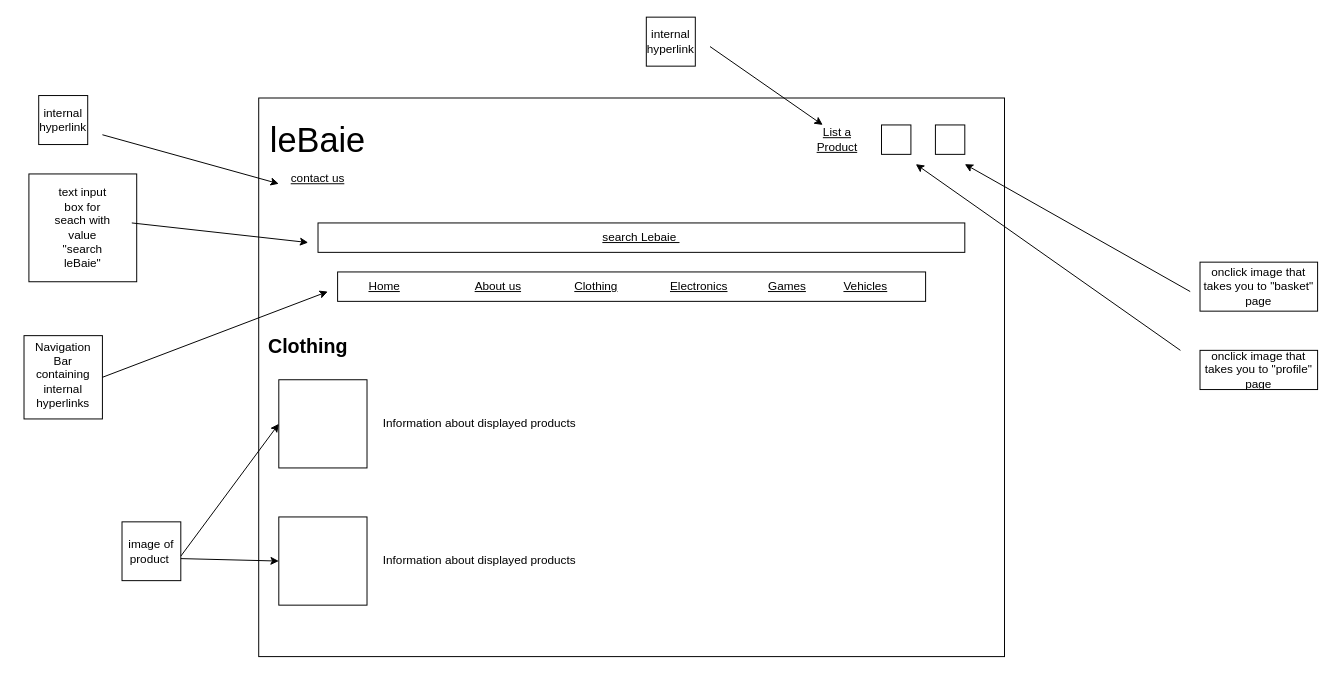
Before: Design - Wireframes/clothingFrame.drawio in LordLoganM/AH-Computing-Project---LeBaie, a draw.io diagram. Source tidied: cells renumbered, new cells numbered last; positions are measured from the earlier drawing's top-left corner, leaving out a move shared by most shapes. Both pictures are drawn from the tidied source at 98%, with x=0, y=0 at pixel (24, 17).
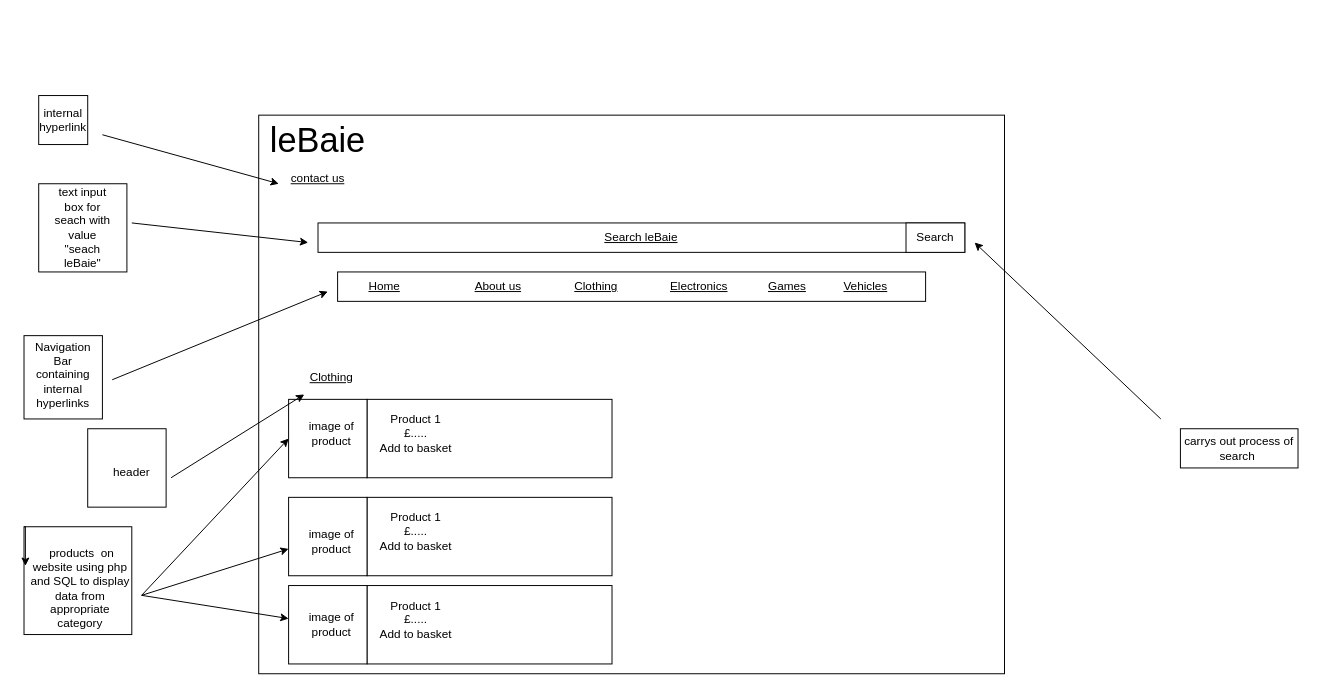
Above is the later version.

Diff of the diagram source:
```diff
@@
-    <mxCell id="2" style="rounded=0;whiteSpace=wrap;html=1;fillColor=none;" parent="1" vertex="1">
-      <mxGeometry x="320" y="260" width="600" height="30" as="geometry" />
-    </mxCell>
-    <mxCell id="3" style="rounded=0;whiteSpace=wrap;html=1;fillColor=none;fontStyle=4;" parent="1" vertex="1">
-      <mxGeometry x="239.5" y="82.5" width="761" height="570" as="geometry" />
-    </mxCell>
-    <mxCell id="4" value="search Lebaie&amp;nbsp;" style="rounded=0;whiteSpace=wrap;html=1;fontStyle=4;" parent="1" vertex="1">
-      <mxGeometry x="300" y="210" width="660" height="30" as="geometry" />
-    </mxCell>
+    <mxCell id="41" style="rounded=0;whiteSpace=wrap;html=1;fillColor=none;fontStyle=4;" parent="1" vertex="1">
+      <mxGeometry x="239.5" y="100" width="761" height="570" as="geometry" />
+    </mxCell>
+    <mxCell id="42" style="rounded=0;whiteSpace=wrap;html=1;" parent="1" vertex="1">
+      <mxGeometry x="350" y="390" width="250" height="80" as="geometry" />
+    </mxCell>
+    <mxCell id="43" style="rounded=0;whiteSpace=wrap;html=1;fillColor=none;" parent="1" vertex="1">
+      <mxGeometry y="325" width="80" height="85" as="geometry" />
+    </mxCell>
+    <mxCell id="44" style="whiteSpace=wrap;html=1;fillColor=none;" parent="1" vertex="1">
+      <mxGeometry y="520" width="110" height="110" as="geometry" />
+    </mxCell>
+    <mxCell id="45" style="rounded=0;whiteSpace=wrap;html=1;fillColor=none;" parent="1" vertex="1">
+      <mxGeometry x="320" y="260" width="600" height="30" as="geometry" />
+    </mxCell>
+    <mxCell id="46" style="whiteSpace=wrap;html=1;fillColor=none;" parent="1" vertex="1">
+      <mxGeometry x="15" y="80" width="50" height="50" as="geometry" />
+    </mxCell>
+    <mxCell id="47" style="whiteSpace=wrap;html=1;fillColor=none;" parent="1" vertex="1">
+      <mxGeometry x="15" y="170" width="90" height="90" as="geometry" />
+    </mxCell>
+    <mxCell id="48" style="endArrow=none;html=1;rounded=0;" parent="1" edge="1">
+      <mxGeometry relative="1" as="geometry">
+        <mxPoint x="370" y="605" as="sourcePoint" />
+        <mxPoint x="370" y="605" as="targetPoint" />
+      </mxGeometry>
+    </mxCell>
+    <mxCell id="49" value="Search leBaie" style="rounded=0;whiteSpace=wrap;html=1;fontStyle=4;" parent="1" vertex="1">
+      <mxGeometry x="300" y="210" width="660" height="30" as="geometry" />
+    </mxCell>
+    <mxCell id="12" value="&lt;font style=&quot;font-size: 35px;&quot;&gt;leBaie&lt;/font&gt;" style="text;html=1;strokeColor=none;fillColor=none;align=center;verticalAlign=middle;whiteSpace=wrap;rounded=0;fontStyle=0;" parent="1" vertex="1">
+      <mxGeometry x="270" y="120" width="60" height="10" as="geometry" />
+    </mxCell>
@@
-    <mxCell id="12" value="&lt;span style=&quot;font-size: 35px;&quot;&gt;leBaie&lt;/span&gt;" style="text;html=1;strokeColor=none;fillColor=none;align=center;verticalAlign=middle;whiteSpace=wrap;rounded=0;fontStyle=0;" parent="1" vertex="1">
-      <mxGeometry x="270" y="120" width="60" height="10" as="geometry" />
-    </mxCell>
-    <mxCell id="13" value="&lt;font style=&quot;font-size: 20px;&quot;&gt;&lt;b&gt;Clothing&lt;/b&gt;&lt;/font&gt;" style="text;html=1;strokeColor=none;fillColor=none;align=center;verticalAlign=middle;whiteSpace=wrap;rounded=0;" parent="1" vertex="1">
-      <mxGeometry x="260" y="320" width="60" height="30" as="geometry" />
+    <mxCell id="13" value="&lt;u&gt;Clothing&lt;/u&gt;" style="text;html=1;strokeColor=none;fillColor=none;align=center;verticalAlign=middle;whiteSpace=wrap;rounded=0;" parent="1" vertex="1">
+      <mxGeometry x="174" y="350" width="280" height="35" as="geometry" />
     </mxCell>
-    <mxCell id="14" style="whiteSpace=wrap;html=1;" parent="1" vertex="1">
-      <mxGeometry x="875" y="110" width="30" height="30" as="geometry" />
-    </mxCell>
-    <mxCell id="15" style="whiteSpace=wrap;html=1;" parent="1" vertex="1">
-      <mxGeometry x="930" y="110" width="30" height="30" as="geometry" />
-    </mxCell>
-    <mxCell id="16" style="endArrow=classic;html=1;rounded=0;" parent="1" edge="1">
-      <mxGeometry relative="1" as="geometry">
-        <mxPoint x="1180" y="340" as="sourcePoint" />
-        <mxPoint x="910" y="150" as="targetPoint" />
-      </mxGeometry>
-    </mxCell>
-    <mxCell id="17" value="onclick image that takes you to &quot;profile&quot; page" style="rounded=0;whiteSpace=wrap;html=1;fillColor=none;" parent="1" vertex="1">
-      <mxGeometry x="1200" y="340" width="120" height="40" as="geometry" />
-    </mxCell>
-    <mxCell id="18" style="endArrow=classic;html=1;rounded=0;" parent="1" edge="1">
-      <mxGeometry relative="1" as="geometry">
-        <mxPoint x="1190" y="280" as="sourcePoint" />
-        <mxPoint x="960" y="150" as="targetPoint" />
-      </mxGeometry>
-    </mxCell>
-    <mxCell id="19" value="onclick image that takes you to &quot;basket&quot; page" style="rounded=0;whiteSpace=wrap;html=1;fillColor=none;" parent="1" vertex="1">
-      <mxGeometry x="1200" y="250" width="120" height="50" as="geometry" />
-    </mxCell>
-    <mxCell id="20" style="whiteSpace=wrap;html=1;" parent="1" vertex="1">
-      <mxGeometry x="260" y="510" width="90" height="90" as="geometry" />
-    </mxCell>
-    <mxCell id="21" style="whiteSpace=wrap;html=1;" parent="1" vertex="1">
-      <mxGeometry x="260" y="370" width="90" height="90" as="geometry" />
-    </mxCell>
-    <mxCell id="22" style="endArrow=classic;html=1;rounded=0;exitX=1;exitY=0.75;exitDx=0;exitDy=0;entryX=0;entryY=0.5;entryDx=0;entryDy=0;" parent="1" edge="1" source="24" target="20">
-      <mxGeometry relative="1" as="geometry" />
-    </mxCell>
-    <mxCell id="23" style="endArrow=classic;html=1;rounded=0;entryX=0;entryY=0.5;entryDx=0;entryDy=0;" parent="1" edge="1" target="21">
-      <mxGeometry relative="1" as="geometry">
-        <mxPoint x="160" y="550" as="sourcePoint" />
-      </mxGeometry>
-    </mxCell>
-    <mxCell id="24" value="image of product&amp;nbsp;" style="text;html=1;strokeColor=none;fillColor=none;align=center;verticalAlign=middle;whiteSpace=wrap;rounded=0;" parent="1" vertex="1">
-      <mxGeometry x="100" y="530" width="60" height="30" as="geometry" />
-    </mxCell>
-    <mxCell id="25" value="Information about displayed products" style="text;html=1;strokeColor=none;fillColor=none;align=center;verticalAlign=middle;whiteSpace=wrap;rounded=0;" parent="1" vertex="1">
-      <mxGeometry x="360" y="400" width="210" height="30" as="geometry" />
-    </mxCell>
-    <mxCell id="26" value="Information about displayed products" style="text;html=1;strokeColor=none;fillColor=none;align=center;verticalAlign=middle;whiteSpace=wrap;rounded=0;" parent="1" vertex="1">
-      <mxGeometry x="360" y="540" width="210" height="30" as="geometry" />
-    </mxCell>
-    <mxCell id="27" style="whiteSpace=wrap;html=1;fillColor=none;" parent="1" vertex="1">
-      <mxGeometry x="5" y="160" width="110" height="110" as="geometry" />
-    </mxCell>
-    <mxCell id="28" style="endArrow=classic;html=1;rounded=0;" parent="1" edge="1">
-      <mxGeometry relative="1" as="geometry">
-        <mxPoint x="110" y="210" as="sourcePoint" />
-        <mxPoint x="290" y="230" as="targetPoint" />
-      </mxGeometry>
-    </mxCell>
-    <mxCell id="29" value="text input box for seach with value &quot;search leBaie&quot;" style="text;html=1;strokeColor=none;fillColor=none;align=center;verticalAlign=middle;whiteSpace=wrap;rounded=0;" parent="1" vertex="1">
-      <mxGeometry x="30" y="200" width="60" height="30" as="geometry" />
-    </mxCell>
-    <mxCell id="30" style="rounded=0;whiteSpace=wrap;html=1;fillColor=none;" parent="1" vertex="1">
-      <mxGeometry y="325" width="80" height="85" as="geometry" />
-    </mxCell>
+    <mxCell id="50" style="whiteSpace=wrap;html=1;" parent="1" vertex="1">
+      <mxGeometry x="270" y="390" width="80" height="80" as="geometry" />
+    </mxCell>
+    <mxCell id="51" value="Product 1&lt;br&gt;£.....&lt;br&gt;Add to basket" style="text;html=1;strokeColor=none;fillColor=none;align=center;verticalAlign=middle;whiteSpace=wrap;rounded=0;" parent="1" vertex="1">
+      <mxGeometry x="350" y="410" width="100" height="30" as="geometry" />
+    </mxCell>
@@
-    <mxCell id="32" style="endArrow=classic;html=1;rounded=0;exitX=1;exitY=0.5;exitDx=0;exitDy=0;" parent="1" edge="1" source="30">
-      <mxGeometry relative="1" as="geometry">
-        <mxPoint x="310" y="280" as="targetPoint" />
-      </mxGeometry>
-    </mxCell>
-    <mxCell id="33" style="rounded=0;whiteSpace=wrap;html=1;fillColor=none;" parent="1" vertex="1">
-      <mxGeometry x="100" y="515" width="60" height="60" as="geometry" />
-    </mxCell>
-    <mxCell id="34" style="whiteSpace=wrap;html=1;fillColor=none;" parent="1" vertex="1">
-      <mxGeometry x="15" y="80" width="50" height="50" as="geometry" />
-    </mxCell>
-    <mxCell id="35" value="internal hyperlink " style="text;html=1;fillColor=none;align=center;verticalAlign=middle;whiteSpace=wrap;rounded=0;" parent="1" vertex="1">
-      <mxGeometry x="10" y="90" width="60" height="30" as="geometry" />
-    </mxCell>
-    <mxCell id="36" style="endArrow=classic;html=1;rounded=0;" parent="1" edge="1">
-      <mxGeometry relative="1" as="geometry">
-        <mxPoint x="80" y="120" as="sourcePoint" />
-        <mxPoint x="260" y="170" as="targetPoint" />
-      </mxGeometry>
-    </mxCell>
-    <mxCell id="37" value="&lt;u&gt;List a Product&lt;/u&gt;" style="text;html=1;strokeColor=none;fillColor=none;align=center;verticalAlign=middle;whiteSpace=wrap;rounded=0;" parent="1" vertex="1">
-      <mxGeometry x="800" y="110" width="60" height="30" as="geometry" />
-    </mxCell>
-    <mxCell id="38" style="whiteSpace=wrap;html=1;fillColor=none;" parent="1" vertex="1">
-      <mxGeometry x="635" width="50" height="50" as="geometry" />
-    </mxCell>
-    <mxCell id="39" value="internal hyperlink " style="text;html=1;fillColor=none;align=center;verticalAlign=middle;whiteSpace=wrap;rounded=0;" parent="1" vertex="1">
-      <mxGeometry x="630" y="10" width="60" height="30" as="geometry" />
-    </mxCell>
-    <mxCell id="40" style="endArrow=classic;html=1;rounded=0;entryX=0.25;entryY=0;entryDx=0;entryDy=0;" parent="1" edge="1" target="37">
-      <mxGeometry relative="1" as="geometry">
-        <mxPoint x="700" y="30" as="sourcePoint" />
-      </mxGeometry>
-    </mxCell>
+    <mxCell id="52" value="&amp;nbsp;products&amp;nbsp; on website using php and SQL to display data from appropriate category" style="text;html=1;strokeColor=none;fillColor=none;align=center;verticalAlign=middle;whiteSpace=wrap;rounded=0;" parent="1" vertex="1">
+      <mxGeometry x="5" y="520" width="105" height="125" as="geometry" />
+    </mxCell>
+    <mxCell id="53" value="internal hyperlink " style="text;html=1;fillColor=none;align=center;verticalAlign=middle;whiteSpace=wrap;rounded=0;" parent="1" vertex="1">
+      <mxGeometry x="10" y="90" width="60" height="30" as="geometry" />
+    </mxCell>
+    <mxCell id="54" style="endArrow=classic;html=1;rounded=0;" parent="1" edge="1">
+      <mxGeometry relative="1" as="geometry">
+        <mxPoint x="90" y="370" as="sourcePoint" />
+        <mxPoint x="310" y="280" as="targetPoint" />
+      </mxGeometry>
+    </mxCell>
+    <mxCell id="55" style="endArrow=classic;html=1;rounded=0;" parent="1" edge="1">
+      <mxGeometry relative="1" as="geometry">
+        <mxPoint x="120" y="590" as="sourcePoint" />
+        <mxPoint x="270" y="542.6" as="targetPoint" />
+      </mxGeometry>
+    </mxCell>
+    <mxCell id="56" style="endArrow=classic;html=1;rounded=0;" parent="1" edge="1">
+      <mxGeometry relative="1" as="geometry">
+        <mxPoint x="80" y="120" as="sourcePoint" />
+        <mxPoint x="260" y="170" as="targetPoint" />
+      </mxGeometry>
+    </mxCell>
+    <mxCell id="57" style="endArrow=classic;html=1;rounded=0;" parent="1" edge="1">
+      <mxGeometry relative="1" as="geometry">
+        <mxPoint x="120" y="590" as="sourcePoint" />
+        <mxPoint x="270" y="613.7" as="targetPoint" />
+      </mxGeometry>
+    </mxCell>
+    <mxCell id="58" style="endArrow=classic;html=1;rounded=0;entryX=0;entryY=0.5;entryDx=0;entryDy=0;" parent="1" edge="1" target="50">
+      <mxGeometry relative="1" as="geometry">
+        <mxPoint x="120" y="590" as="sourcePoint" />
+      </mxGeometry>
+    </mxCell>
+    <mxCell id="59" style="endArrow=classic;html=1;rounded=0;" parent="1" edge="1">
+      <mxGeometry relative="1" as="geometry">
+        <mxPoint x="110" y="210" as="sourcePoint" />
+        <mxPoint x="290" y="230" as="targetPoint" />
+      </mxGeometry>
+    </mxCell>
+    <mxCell id="60" value="text input box for seach with value &quot;seach leBaie&quot; " style="text;html=1;strokeColor=none;fillColor=none;align=center;verticalAlign=middle;whiteSpace=wrap;rounded=0;" parent="1" vertex="1">
+      <mxGeometry x="30" y="200" width="60" height="30" as="geometry" />
+    </mxCell>
+    <mxCell id="61" value="Search" style="rounded=0;whiteSpace=wrap;html=1;" parent="1" vertex="1">
+      <mxGeometry x="900" y="210" width="60" height="30" as="geometry" />
+    </mxCell>
+    <mxCell id="62" style="endArrow=classic;html=1;rounded=0;" parent="1" edge="1">
+      <mxGeometry relative="1" as="geometry">
+        <mxPoint x="1160" y="410" as="sourcePoint" />
+        <mxPoint x="970" y="230" as="targetPoint" />
+      </mxGeometry>
+    </mxCell>
+    <mxCell id="63" value="carrys out process of search&amp;nbsp;" style="rounded=0;whiteSpace=wrap;html=1;fillColor=none;" parent="1" vertex="1">
+      <mxGeometry x="1180" y="420" width="120" height="40" as="geometry" />
+    </mxCell>
+    <mxCell id="64" style="endArrow=none;html=1;rounded=0;" parent="1" edge="1">
+      <mxGeometry relative="1" as="geometry">
+        <mxPoint x="1280" y="570" as="sourcePoint" />
+        <mxPoint x="1280" y="570" as="targetPoint" />
+      </mxGeometry>
+    </mxCell>
+    <mxCell id="65" style="edgeStyle=orthogonalEdgeStyle;rounded=0;orthogonalLoop=1;jettySize=auto;html=1;exitX=0;exitY=0;exitDx=0;exitDy=0;entryX=0.013;entryY=0.363;entryDx=0;entryDy=0;entryPerimeter=0;" parent="1" edge="1" source="44" target="44">
+      <mxGeometry relative="1" as="geometry" />
+    </mxCell>
+    <mxCell id="66" style="rounded=0;whiteSpace=wrap;html=1;" parent="1" vertex="1">
+      <mxGeometry x="350" y="490" width="250" height="80" as="geometry" />
+    </mxCell>
+    <mxCell id="67" style="whiteSpace=wrap;html=1;" parent="1" vertex="1">
+      <mxGeometry x="270" y="490" width="80" height="80" as="geometry" />
+    </mxCell>
+    <mxCell id="68" value="Product 1&lt;br&gt;£.....&lt;br&gt;Add to basket" style="text;html=1;strokeColor=none;fillColor=none;align=center;verticalAlign=middle;whiteSpace=wrap;rounded=0;" parent="1" vertex="1">
+      <mxGeometry x="350" y="510" width="100" height="30" as="geometry" />
+    </mxCell>
+    <mxCell id="69" style="rounded=0;whiteSpace=wrap;html=1;" parent="1" vertex="1">
+      <mxGeometry x="350" y="580" width="250" height="80" as="geometry" />
+    </mxCell>
+    <mxCell id="70" style="whiteSpace=wrap;html=1;" parent="1" vertex="1">
+      <mxGeometry x="270" y="580" width="80" height="80" as="geometry" />
+    </mxCell>
+    <mxCell id="71" value="Product 1&lt;br&gt;£.....&lt;br&gt;Add to basket" style="text;html=1;strokeColor=none;fillColor=none;align=center;verticalAlign=middle;whiteSpace=wrap;rounded=0;" parent="1" vertex="1">
+      <mxGeometry x="350" y="600" width="100" height="30" as="geometry" />
+    </mxCell>
+    <mxCell id="72" value="image of product" style="text;html=1;strokeColor=none;fillColor=none;align=center;verticalAlign=middle;whiteSpace=wrap;rounded=0;" parent="1" vertex="1">
+      <mxGeometry x="284" y="410" width="60" height="30" as="geometry" />
+    </mxCell>
+    <mxCell id="73" value="image of product" style="text;html=1;strokeColor=none;fillColor=none;align=center;verticalAlign=middle;whiteSpace=wrap;rounded=0;" parent="1" vertex="1">
+      <mxGeometry x="284" y="520" width="60" height="30" as="geometry" />
+    </mxCell>
+    <mxCell id="74" value="image of product" style="text;html=1;strokeColor=none;fillColor=none;align=center;verticalAlign=middle;whiteSpace=wrap;rounded=0;" parent="1" vertex="1">
+      <mxGeometry x="284" y="605" width="60" height="30" as="geometry" />
+    </mxCell>
+    <mxCell id="75" style="whiteSpace=wrap;html=1;" parent="1" vertex="1">
+      <mxGeometry x="65" y="420" width="80" height="80" as="geometry" />
+    </mxCell>
+    <mxCell id="76" value="header" style="text;html=1;strokeColor=none;fillColor=none;align=center;verticalAlign=middle;whiteSpace=wrap;rounded=0;" parent="1" vertex="1">
+      <mxGeometry x="80" y="450" width="60" height="30" as="geometry" />
+    </mxCell>
+    <mxCell id="77" style="endArrow=classic;html=1;rounded=0;" parent="1" edge="1" target="13">
+      <mxGeometry relative="1" as="geometry">
+        <mxPoint x="150" y="470" as="sourcePoint" />
+      </mxGeometry>
+    </mxCell>
```
